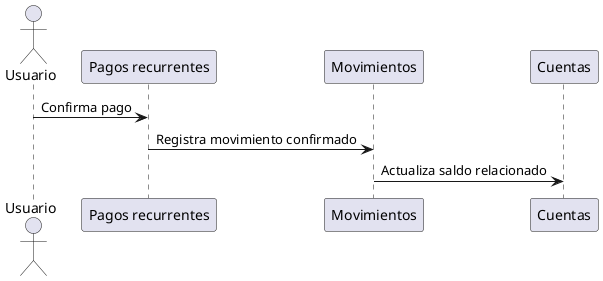
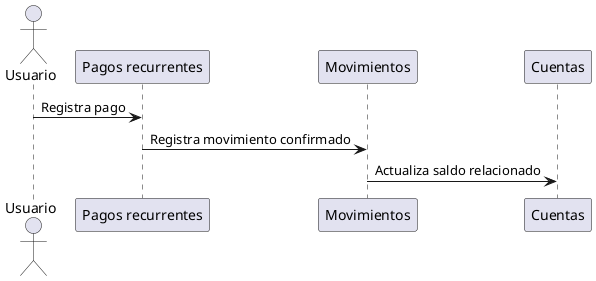
@startuml
actor Usuario
participant "Pagos recurrentes" as Recurrentes
participant "Movimientos" as Movimientos
participant "Cuentas" as Cuentas

- Usuario -> Recurrentes: Confirma pago
+ Usuario -> Recurrentes: Registra pago
Recurrentes -> Movimientos: Registra movimiento confirmado
Movimientos -> Cuentas: Actualiza saldo relacionado
@enduml
- 
